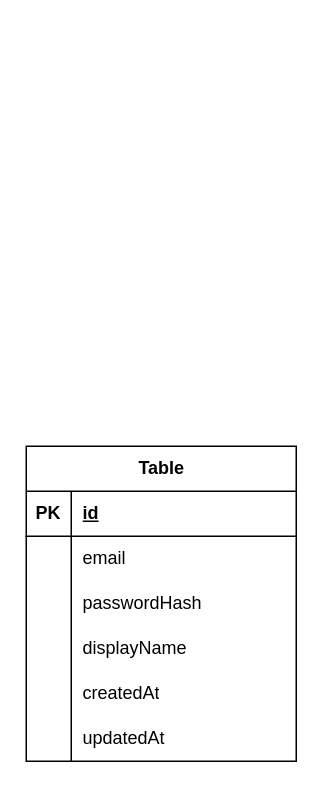
This is drawio/home-inventory-manager-v1.drawio from wukdddang/home-inventory-manager, a draw.io file, before an edit. Source tidied: cells renumbered, new cells numbered last; positions are measured from the earlier drawing's top-left corner, leaving out a move shared by most shapes. Both pictures are drawn from the tidied source at 150%, with x=0, y=0 at pixel (26, 446).
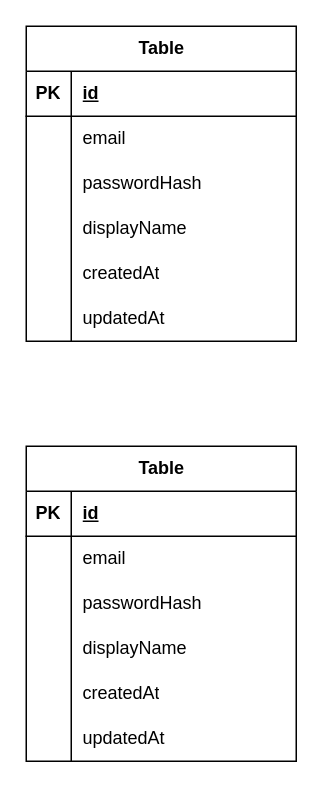
After the change.

Commit message:
feat: 홈 인벤토리 매니저 다이어그램 수정

- 홈 인벤토리 매니저 다이어그램의 구조 및 필드 수정
- 데이터베이스 테이블 및 필드 시각화 개선

The edit, as a diff of the source:
```diff
@@
+    <mxCell id="21" value="Table" style="shape=table;startSize=30;childLayout=tableLayout;rowLines=0;fontStyle=1;align=center;html=1;" parent="1" vertex="1">
+      <mxGeometry y="-280" width="180" height="210" as="geometry" />
+    </mxCell>
+    <mxCell id="22" style="shape=tableRow;horizontal=0;startSize=0;swimlaneHead=0;swimlaneBody=0;fillColor=none;top=0;left=0;right=0;bottom=1;" parent="21" vertex="1">
+      <mxGeometry y="30" width="180" height="30" as="geometry" />
+    </mxCell>
+    <mxCell id="23" value="PK" style="shape=partialRectangle;fillColor=none;top=0;left=0;bottom=0;right=0;fontStyle=1;overflow=hidden;whiteSpace=wrap;html=1;" parent="22" vertex="1">
+      <mxGeometry width="30" height="30" as="geometry" />
+    </mxCell>
+    <mxCell id="24" value="id" style="shape=partialRectangle;fillColor=none;top=0;left=0;bottom=0;right=0;align=left;spacingLeft=6;fontStyle=5;overflow=hidden;whiteSpace=wrap;html=1;" parent="22" vertex="1">
+      <mxGeometry x="30" width="150" height="30" as="geometry" />
+    </mxCell>
+    <mxCell id="25" style="shape=tableRow;horizontal=0;startSize=0;swimlaneHead=0;swimlaneBody=0;fillColor=none;top=0;left=0;right=0;bottom=0;" parent="21" vertex="1">
+      <mxGeometry y="60" width="180" height="30" as="geometry" />
+    </mxCell>
+    <mxCell id="26" style="shape=partialRectangle;fillColor=none;top=0;left=0;bottom=0;right=0;overflow=hidden;whiteSpace=wrap;html=1;" parent="25" vertex="1">
+      <mxGeometry width="30" height="30" as="geometry" />
+    </mxCell>
+    <mxCell id="27" value="email" style="shape=partialRectangle;fillColor=none;top=0;left=0;bottom=0;right=0;align=left;spacingLeft=6;overflow=hidden;whiteSpace=wrap;html=1;" parent="25" vertex="1">
+      <mxGeometry x="30" width="150" height="30" as="geometry" />
+    </mxCell>
+    <mxCell id="28" style="shape=tableRow;horizontal=0;startSize=0;swimlaneHead=0;swimlaneBody=0;fillColor=none;top=0;left=0;right=0;bottom=0;" parent="21" vertex="1">
+      <mxGeometry y="90" width="180" height="30" as="geometry" />
+    </mxCell>
+    <mxCell id="29" style="shape=partialRectangle;fillColor=none;top=0;left=0;bottom=0;right=0;overflow=hidden;whiteSpace=wrap;html=1;" parent="28" vertex="1">
+      <mxGeometry width="30" height="30" as="geometry" />
+    </mxCell>
+    <mxCell id="30" value="passwordHash" style="shape=partialRectangle;fillColor=none;top=0;left=0;bottom=0;right=0;align=left;spacingLeft=6;overflow=hidden;whiteSpace=wrap;html=1;" parent="28" vertex="1">
+      <mxGeometry x="30" width="150" height="30" as="geometry" />
+    </mxCell>
+    <mxCell id="31" style="shape=tableRow;horizontal=0;startSize=0;swimlaneHead=0;swimlaneBody=0;fillColor=none;top=0;left=0;right=0;bottom=0;" parent="21" vertex="1">
+      <mxGeometry y="120" width="180" height="30" as="geometry" />
+    </mxCell>
+    <mxCell id="32" style="shape=partialRectangle;fillColor=none;top=0;left=0;bottom=0;right=0;overflow=hidden;whiteSpace=wrap;html=1;" parent="31" vertex="1">
+      <mxGeometry width="30" height="30" as="geometry" />
+    </mxCell>
+    <mxCell id="33" value="displayName" style="shape=partialRectangle;fillColor=none;top=0;left=0;bottom=0;right=0;align=left;spacingLeft=6;overflow=hidden;whiteSpace=wrap;html=1;" parent="31" vertex="1">
+      <mxGeometry x="30" width="150" height="30" as="geometry" />
+    </mxCell>
+    <mxCell id="34" style="shape=tableRow;horizontal=0;startSize=0;swimlaneHead=0;swimlaneBody=0;fillColor=none;top=0;left=0;right=0;bottom=0;" parent="21" vertex="1">
+      <mxGeometry y="150" width="180" height="30" as="geometry" />
+    </mxCell>
+    <mxCell id="35" style="shape=partialRectangle;fillColor=none;top=0;left=0;bottom=0;right=0;overflow=hidden;whiteSpace=wrap;html=1;" parent="34" vertex="1">
+      <mxGeometry width="30" height="30" as="geometry" />
+    </mxCell>
+    <mxCell id="36" value="createdAt" style="shape=partialRectangle;fillColor=none;top=0;left=0;bottom=0;right=0;align=left;spacingLeft=6;overflow=hidden;whiteSpace=wrap;html=1;" parent="34" vertex="1">
+      <mxGeometry x="30" width="150" height="30" as="geometry" />
+    </mxCell>
+    <mxCell id="37" style="shape=tableRow;horizontal=0;startSize=0;swimlaneHead=0;swimlaneBody=0;fillColor=none;top=0;left=0;right=0;bottom=0;" parent="21" vertex="1">
+      <mxGeometry y="180" width="180" height="30" as="geometry" />
+    </mxCell>
+    <mxCell id="38" style="shape=partialRectangle;fillColor=none;top=0;left=0;bottom=0;right=0;overflow=hidden;whiteSpace=wrap;html=1;" parent="37" vertex="1">
+      <mxGeometry width="30" height="30" as="geometry" />
+    </mxCell>
+    <mxCell id="39" value="updatedAt" style="shape=partialRectangle;fillColor=none;top=0;left=0;bottom=0;right=0;align=left;spacingLeft=6;overflow=hidden;whiteSpace=wrap;html=1;" parent="37" vertex="1">
+      <mxGeometry x="30" width="150" height="30" as="geometry" />
+    </mxCell>
```
